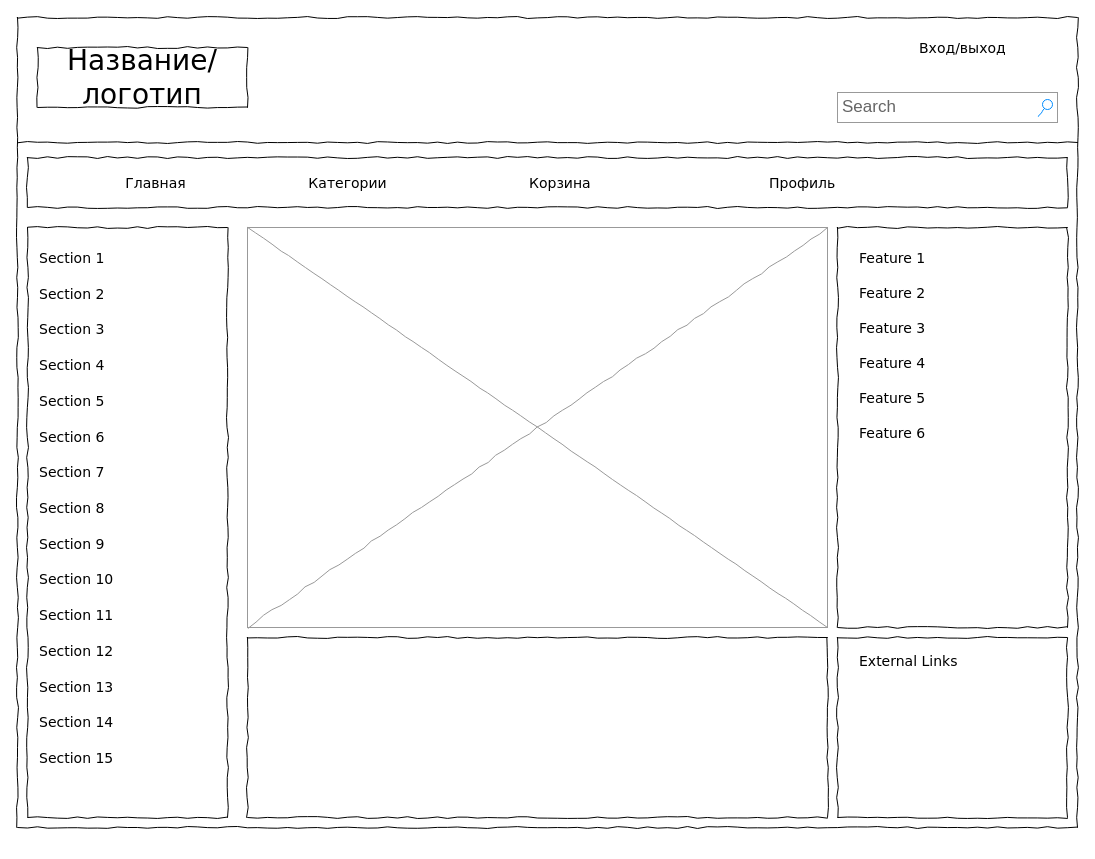
Earlier version of the draw.io diagram online_store.drawio (VZon9/online_store). Source tidied: cells renumbered, new cells numbered last; positions are measured from the earlier drawing's top-left corner, leaving out a move shared by most shapes. Both pictures are drawn from the tidied source at 100%, with x=0, y=0 at pixel (17, 17).
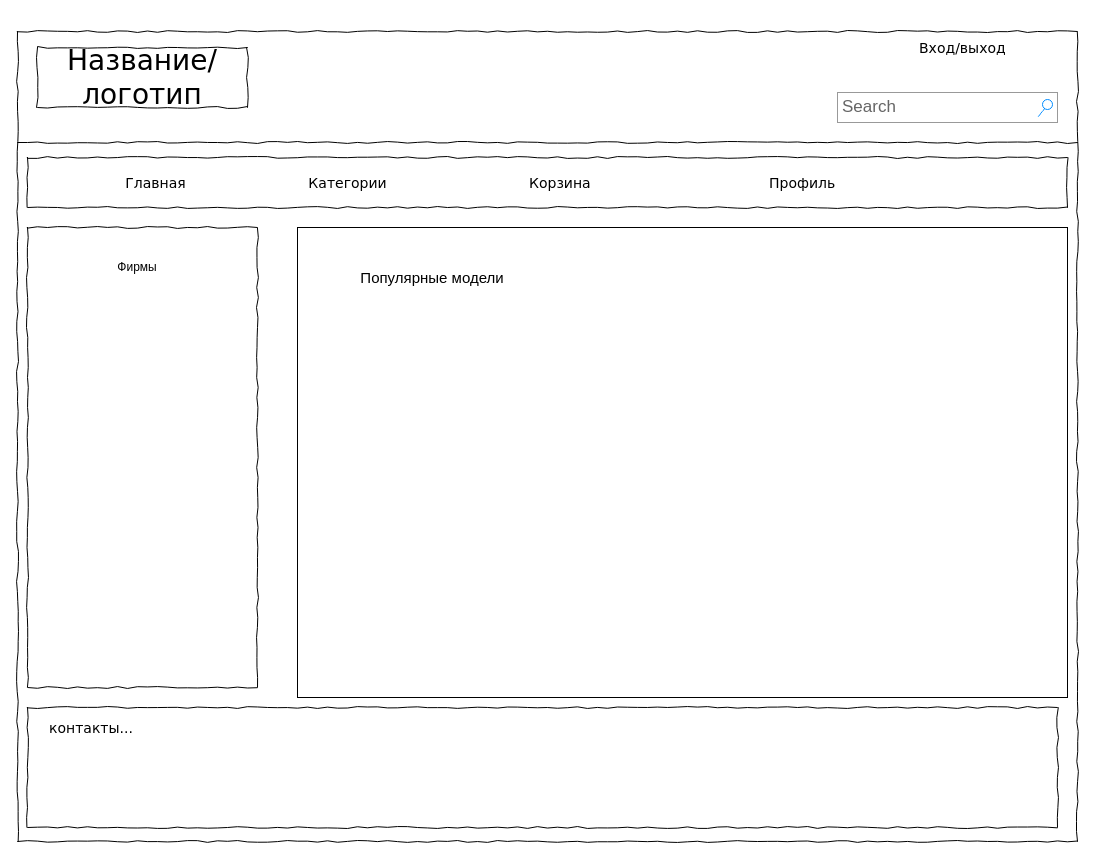
Above is the later version.

What changed in the source:
```diff
@@
     <mxCell id="2" style="whiteSpace=wrap;html=1;rounded=0;shadow=0;labelBackgroundColor=none;strokeColor=#000000;strokeWidth=1;fillColor=none;fontFamily=Verdana;fontSize=12;fontColor=#000000;align=center;comic=1;" parent="1" vertex="1">
-      <mxGeometry width="1060" height="810" as="geometry" />
+      <mxGeometry y="14" width="1060" height="810" as="geometry" />
     </mxCell>
@@
     <mxCell id="6" style="whiteSpace=wrap;html=1;rounded=0;shadow=0;labelBackgroundColor=none;strokeWidth=1;fillColor=none;fontFamily=Verdana;fontSize=12;align=center;comic=1;" parent="1" vertex="1">
-      <mxGeometry x="10" y="210" width="200" height="590" as="geometry" />
+      <mxGeometry x="10" y="210" width="230" height="460" as="geometry" />
     </mxCell>
@@
     <mxCell id="13" value="&lt;div style=&quot;text-align: justify&quot;&gt;&lt;br&gt;&lt;/div&gt;" style="whiteSpace=wrap;html=1;rounded=0;shadow=0;labelBackgroundColor=none;strokeWidth=1;fillColor=none;fontFamily=Verdana;fontSize=12;align=center;verticalAlign=top;spacing=10;comic=1;" parent="1" vertex="1">
-      <mxGeometry x="230" y="620" width="580" height="180" as="geometry" />
+      <mxGeometry x="10" y="690" width="1030" height="120" as="geometry" />
     </mxCell>
-    <mxCell id="14" style="verticalLabelPosition=bottom;shadow=0;dashed=0;align=center;html=1;verticalAlign=top;strokeWidth=1;shape=mxgraph.mockup.graphics.simpleIcon;strokeColor=#999999;rounded=0;labelBackgroundColor=none;fontFamily=Verdana;fontSize=14;fontColor=#000000;comic=1;" parent="1" vertex="1">
-      <mxGeometry x="230" y="210" width="580" height="400" as="geometry" />
-    </mxCell>
-    <mxCell id="15" style="whiteSpace=wrap;html=1;rounded=0;shadow=0;labelBackgroundColor=none;strokeWidth=1;fillColor=none;fontFamily=Verdana;fontSize=12;align=center;comic=1;" parent="1" vertex="1">
-      <mxGeometry x="820" y="210" width="230" height="400" as="geometry" />
-    </mxCell>
-    <mxCell id="16" style="whiteSpace=wrap;html=1;rounded=0;shadow=0;labelBackgroundColor=none;strokeWidth=1;fillColor=none;fontFamily=Verdana;fontSize=12;align=center;comic=1;" parent="1" vertex="1">
-      <mxGeometry x="820" y="620" width="230" height="180" as="geometry" />
-    </mxCell>
-    <mxCell id="17" value="Section 1" style="text;html=1;align=left;verticalAlign=top;spacingTop=-4;fontSize=14;fontFamily=Verdana;" parent="1" vertex="1">
-      <mxGeometry x="20" y="230" width="170" height="20" as="geometry" />
-    </mxCell>
-    <mxCell id="18" value="Section 2" style="text;html=1;align=left;verticalAlign=top;spacingTop=-4;fontSize=14;fontFamily=Verdana;" parent="1" vertex="1">
-      <mxGeometry x="20" y="266" width="170" height="20" as="geometry" />
-    </mxCell>
-    <mxCell id="19" value="Section 3" style="text;html=1;align=left;verticalAlign=top;spacingTop=-4;fontSize=14;fontFamily=Verdana;" parent="1" vertex="1">
-      <mxGeometry x="20" y="301" width="170" height="20" as="geometry" />
-    </mxCell>
-    <mxCell id="20" value="Section 4" style="text;html=1;align=left;verticalAlign=top;spacingTop=-4;fontSize=14;fontFamily=Verdana;" parent="1" vertex="1">
-      <mxGeometry x="20" y="337" width="170" height="20" as="geometry" />
-    </mxCell>
-    <mxCell id="21" value="Section 7" style="text;html=1;align=left;verticalAlign=top;spacingTop=-4;fontSize=14;fontFamily=Verdana;" parent="1" vertex="1">
-      <mxGeometry x="20" y="444" width="170" height="20" as="geometry" />
-    </mxCell>
-    <mxCell id="22" value="Section 8" style="text;html=1;align=left;verticalAlign=top;spacingTop=-4;fontSize=14;fontFamily=Verdana;" parent="1" vertex="1">
-      <mxGeometry x="20" y="480" width="170" height="20" as="geometry" />
-    </mxCell>
-    <mxCell id="23" value="Section 9" style="text;html=1;align=left;verticalAlign=top;spacingTop=-4;fontSize=14;fontFamily=Verdana;" parent="1" vertex="1">
-      <mxGeometry x="20" y="516" width="170" height="20" as="geometry" />
-    </mxCell>
-    <mxCell id="24" value="Section 10" style="text;html=1;align=left;verticalAlign=top;spacingTop=-4;fontSize=14;fontFamily=Verdana;" parent="1" vertex="1">
-      <mxGeometry x="20" y="551" width="170" height="20" as="geometry" />
-    </mxCell>
-    <mxCell id="25" value="Section 11" style="text;html=1;align=left;verticalAlign=top;spacingTop=-4;fontSize=14;fontFamily=Verdana;" parent="1" vertex="1">
-      <mxGeometry x="20" y="587" width="170" height="20" as="geometry" />
-    </mxCell>
-    <mxCell id="26" value="Section 12" style="text;html=1;align=left;verticalAlign=top;spacingTop=-4;fontSize=14;fontFamily=Verdana;" parent="1" vertex="1">
-      <mxGeometry x="20" y="623" width="170" height="20" as="geometry" />
-    </mxCell>
-    <mxCell id="27" value="Section 13" style="text;html=1;align=left;verticalAlign=top;spacingTop=-4;fontSize=14;fontFamily=Verdana;" parent="1" vertex="1">
-      <mxGeometry x="20" y="659" width="170" height="20" as="geometry" />
-    </mxCell>
-    <mxCell id="28" value="Section 14" style="text;html=1;align=left;verticalAlign=top;spacingTop=-4;fontSize=14;fontFamily=Verdana;" parent="1" vertex="1">
-      <mxGeometry x="20" y="694" width="170" height="20" as="geometry" />
-    </mxCell>
-    <mxCell id="29" value="Section 5" style="text;html=1;align=left;verticalAlign=top;spacingTop=-4;fontSize=14;fontFamily=Verdana;" parent="1" vertex="1">
-      <mxGeometry x="20" y="373" width="170" height="20" as="geometry" />
-    </mxCell>
-    <mxCell id="30" value="Section 6" style="text;html=1;align=left;verticalAlign=top;spacingTop=-4;fontSize=14;fontFamily=Verdana;" parent="1" vertex="1">
-      <mxGeometry x="20" y="409" width="170" height="20" as="geometry" />
-    </mxCell>
-    <mxCell id="31" value="Section 15" style="text;html=1;align=left;verticalAlign=top;spacingTop=-4;fontSize=14;fontFamily=Verdana;" parent="1" vertex="1">
-      <mxGeometry x="20" y="730" width="170" height="20" as="geometry" />
-    </mxCell>
-    <mxCell id="32" value="External Links" style="text;html=1;align=left;verticalAlign=top;spacingTop=-4;fontSize=14;fontFamily=Verdana;" parent="1" vertex="1">
-      <mxGeometry x="840" y="633" width="170" height="20" as="geometry" />
+    <mxCell id="32" value="контакты..." style="text;html=1;align=left;verticalAlign=top;spacingTop=-4;fontSize=14;fontFamily=Verdana;" parent="1" vertex="1">
+      <mxGeometry x="30" y="700" width="350" height="50" as="geometry" />
     </mxCell>
-    <mxCell id="33" value="Feature 1" style="text;html=1;align=left;verticalAlign=top;spacingTop=-4;fontSize=14;fontFamily=Verdana;" parent="1" vertex="1">
-      <mxGeometry x="840" y="230" width="170" height="20" as="geometry" />
-    </mxCell>
-    <mxCell id="34" value="Feature 2" style="text;html=1;align=left;verticalAlign=top;spacingTop=-4;fontSize=14;fontFamily=Verdana;" parent="1" vertex="1">
-      <mxGeometry x="840" y="265" width="170" height="20" as="geometry" />
-    </mxCell>
-    <mxCell id="35" value="Feature 3" style="text;html=1;align=left;verticalAlign=top;spacingTop=-4;fontSize=14;fontFamily=Verdana;" parent="1" vertex="1">
-      <mxGeometry x="840" y="300" width="170" height="20" as="geometry" />
-    </mxCell>
-    <mxCell id="36" value="Feature 4" style="text;html=1;align=left;verticalAlign=top;spacingTop=-4;fontSize=14;fontFamily=Verdana;" parent="1" vertex="1">
-      <mxGeometry x="840" y="335" width="170" height="20" as="geometry" />
-    </mxCell>
-    <mxCell id="37" value="Feature 5" style="text;html=1;align=left;verticalAlign=top;spacingTop=-4;fontSize=14;fontFamily=Verdana;" parent="1" vertex="1">
-      <mxGeometry x="840" y="370" width="170" height="20" as="geometry" />
-    </mxCell>
-    <mxCell id="38" value="Feature 6" style="text;html=1;align=left;verticalAlign=top;spacingTop=-4;fontSize=14;fontFamily=Verdana;" parent="1" vertex="1">
-      <mxGeometry x="840" y="405" width="170" height="20" as="geometry" />
-    </mxCell>
+    <mxCell id="39" value="Фирмы" style="text;html=1;strokeColor=none;fillColor=none;align=center;verticalAlign=middle;whiteSpace=wrap;rounded=0;" parent="1" vertex="1">
+      <mxGeometry x="20" y="230" width="200" height="40" as="geometry" />
+    </mxCell>
+    <mxCell id="40" style="rounded=0;whiteSpace=wrap;html=1;" parent="1" vertex="1">
+      <mxGeometry x="280" y="210" width="770" height="470" as="geometry" />
+    </mxCell>
+    <mxCell id="41" value="&lt;font style=&quot;font-size: 15px;&quot;&gt;Популярные модели&lt;/font&gt;" style="text;html=1;strokeColor=none;fillColor=none;align=center;verticalAlign=middle;whiteSpace=wrap;rounded=0;" parent="1" vertex="1">
+      <mxGeometry x="300" y="220" width="230" height="80" as="geometry" />
+    </mxCell>
```
